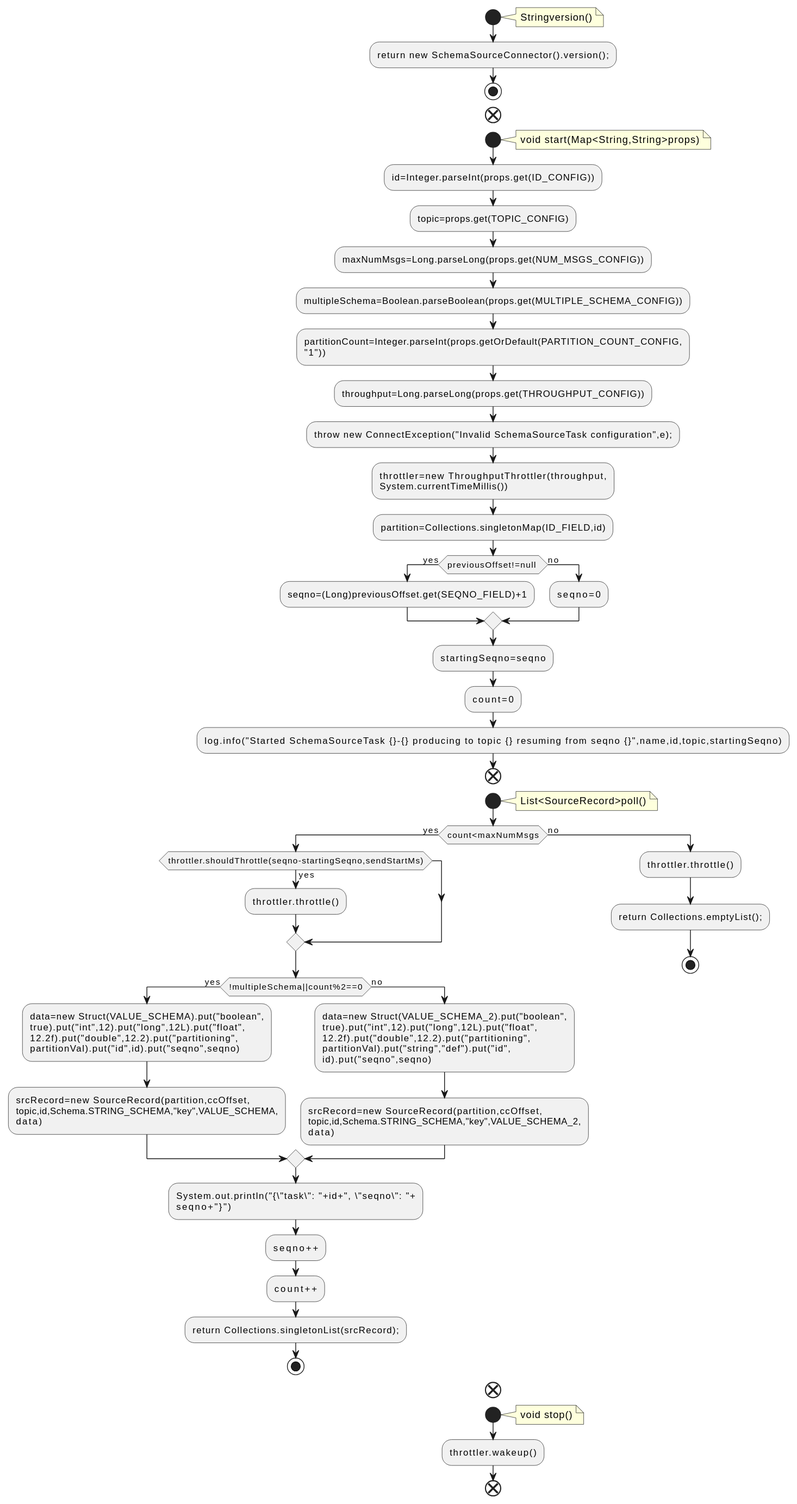
Earlier version of the PlantUML export docs/qc/connect/runtime/src/main/java/org/apache/kafka/connect/tools/SchemaSourceTask.java.fct.svg (qualitesys/kafka).
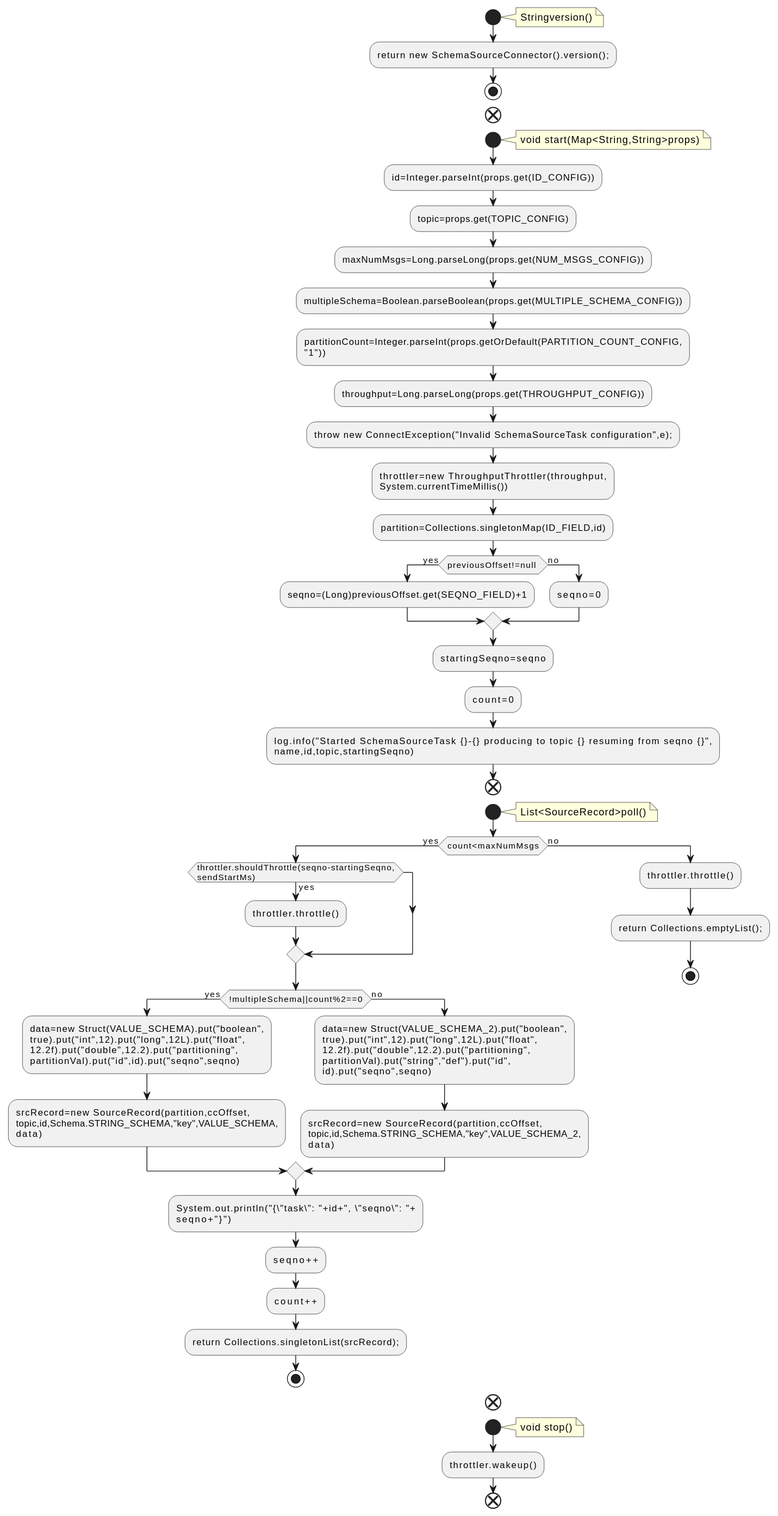
The same file after the commit.

What changed in the source:
```diff
@@ -29,14 +29,16 @@
 endif
 :startingSeqno=seqno;
 :count=0;
-:log.info("Started SchemaSourceTask {}-{} producing to topic {} resuming from seqno {}",name,id,topic,startingSeqno);
+:log.info("Started SchemaSourceTask {}-{} producing to topic {} resuming from seqno {}",
+name,id,topic,startingSeqno);
 end
 start
 note right
 List<SourceRecord>poll()
 end note
 if (count<maxNumMsgs) then (yes)
-if (throttler.shouldThrottle(seqno-startingSeqno,sendStartMs)) then (yes)
+if (throttler.shouldThrottle(seqno-startingSeqno,
+sendStartMs)) then (yes)
 :throttler.throttle();
 endif
 if (!multipleSchema||count%2==0) then (yes)
```
